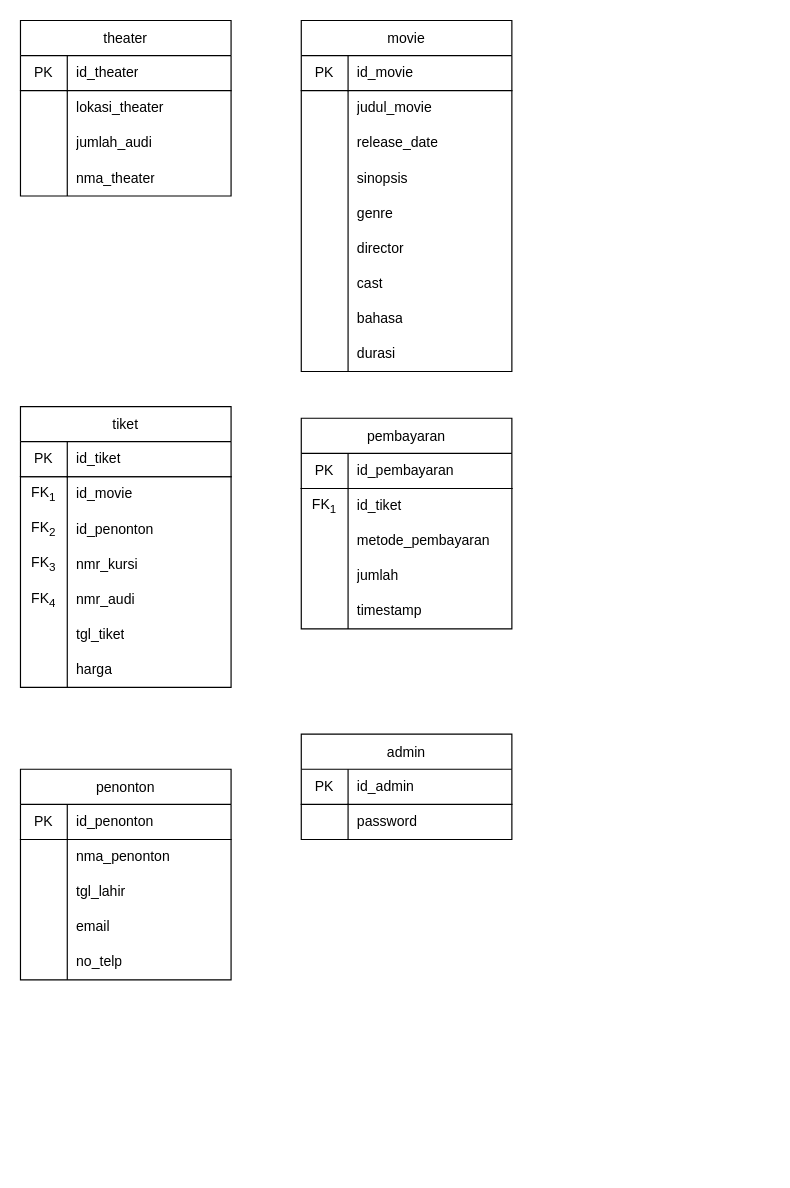
This is movie_cdm.drawio from vinnnna/sistem-basis-data, a draw.io file, before an edit. Source tidied: cells renumbered, new cells numbered last; positions are measured from the earlier drawing's top-left corner, leaving out a move shared by most shapes. Both pictures are drawn from the tidied source at 117%, with x=0, y=0 at pixel (20, 20).
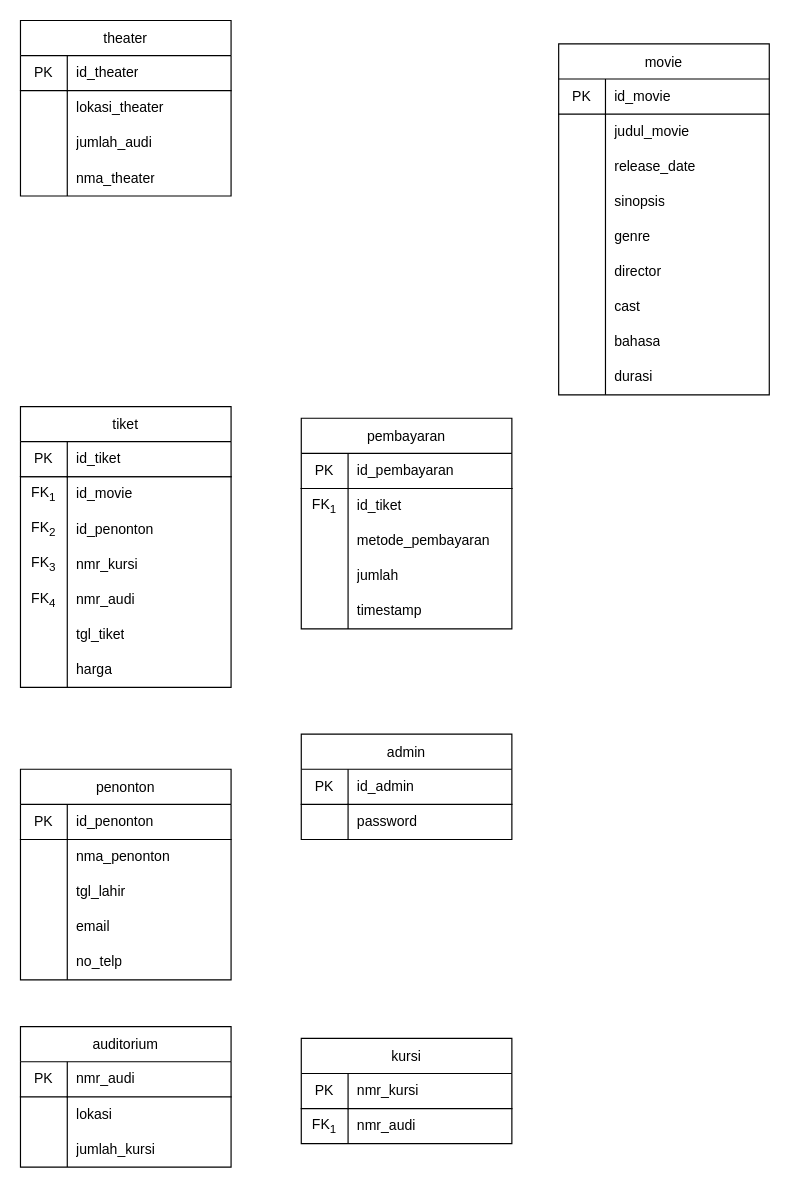
After the change.

The edit, as a diff of the source:
```diff
@@
     <mxCell id="15" value="movie" style="shape=table;startSize=30;childLayout=tableLayout;rowLines=0;fontStyle=0;strokeColor=default;fontSize=12;" parent="1" vertex="1">
-      <mxGeometry x="240" width="180" height="300" as="geometry" />
+      <mxGeometry x="460" y="20" width="180" height="300" as="geometry" />
     </mxCell>
@@
+    <mxCell id="104" value="auditorium" style="shape=table;startSize=30;childLayout=tableLayout;rowLines=0;fontStyle=0;strokeColor=default;fontSize=12;" parent="1" vertex="1">
+      <mxGeometry y="860" width="180" height="120" as="geometry" />
+    </mxCell>
+    <mxCell id="105" style="shape=tableRow;horizontal=0;startSize=0;swimlaneHead=0;swimlaneBody=0;top=0;left=0;bottom=0;right=0;fillColor=none;strokeColor=inherit;fontSize=12;" parent="104" vertex="1">
+      <mxGeometry y="30" width="180" height="30" as="geometry" />
+    </mxCell>
+    <mxCell id="106" value="PK" style="shape=partialRectangle;html=1;whiteSpace=wrap;fillColor=none;top=0;left=0;bottom=1;right=0;overflow=hidden;strokeColor=inherit;fontSize=12;" parent="105" vertex="1">
+      <mxGeometry width="40" height="30" as="geometry" />
+    </mxCell>
+    <mxCell id="107" value="nmr_audi" style="shape=partialRectangle;html=1;whiteSpace=wrap;fillColor=none;top=0;left=0;bottom=1;right=0;align=left;spacingLeft=6;overflow=hidden;strokeColor=inherit;fontSize=12;strokeWidth=1;" parent="105" vertex="1">
+      <mxGeometry x="40" width="140" height="30" as="geometry" />
+    </mxCell>
+    <mxCell id="108" style="shape=tableRow;horizontal=0;startSize=0;swimlaneHead=0;swimlaneBody=0;top=0;left=0;bottom=0;right=0;fillColor=none;strokeColor=inherit;fontSize=12;" parent="104" vertex="1">
+      <mxGeometry y="60" width="180" height="30" as="geometry" />
+    </mxCell>
+    <mxCell id="109" style="shape=partialRectangle;html=1;whiteSpace=wrap;fillColor=none;top=0;left=0;bottom=0;right=0;overflow=hidden;strokeColor=inherit;fontSize=12;" parent="108" vertex="1">
+      <mxGeometry width="40" height="30" as="geometry" />
+    </mxCell>
+    <mxCell id="110" value="lokasi" style="shape=partialRectangle;html=1;whiteSpace=wrap;fillColor=none;top=0;left=0;bottom=0;right=0;align=left;spacingLeft=6;overflow=hidden;strokeColor=inherit;fontSize=12;" parent="108" vertex="1">
+      <mxGeometry x="40" width="140" height="30" as="geometry" />
+    </mxCell>
+    <mxCell id="111" style="shape=tableRow;horizontal=0;startSize=0;swimlaneHead=0;swimlaneBody=0;top=0;left=0;bottom=0;right=0;fillColor=none;strokeColor=inherit;fontSize=12;" parent="104" vertex="1">
+      <mxGeometry y="90" width="180" height="30" as="geometry" />
+    </mxCell>
+    <mxCell id="112" style="shape=partialRectangle;html=1;whiteSpace=wrap;fillColor=none;top=0;left=0;bottom=0;right=0;overflow=hidden;strokeColor=inherit;fontSize=12;" parent="111" vertex="1">
+      <mxGeometry width="40" height="30" as="geometry" />
+    </mxCell>
+    <mxCell id="113" value="jumlah_kursi" style="shape=partialRectangle;html=1;whiteSpace=wrap;fillColor=none;top=0;left=0;bottom=0;right=0;align=left;spacingLeft=6;overflow=hidden;strokeColor=inherit;fontSize=12;" parent="111" vertex="1">
+      <mxGeometry x="40" width="140" height="30" as="geometry" />
+    </mxCell>
+    <mxCell id="114" value="kursi" style="shape=table;startSize=30;childLayout=tableLayout;rowLines=0;fontStyle=0;strokeColor=default;fontSize=12;" parent="1" vertex="1">
+      <mxGeometry x="240" y="870" width="180" height="90" as="geometry" />
+    </mxCell>
+    <mxCell id="115" style="shape=tableRow;horizontal=0;startSize=0;swimlaneHead=0;swimlaneBody=0;top=0;left=0;bottom=0;right=0;fillColor=none;strokeColor=inherit;fontSize=12;" parent="114" vertex="1">
+      <mxGeometry y="30" width="180" height="30" as="geometry" />
+    </mxCell>
+    <mxCell id="116" value="PK" style="shape=partialRectangle;html=1;whiteSpace=wrap;fillColor=none;top=0;left=0;bottom=1;right=0;overflow=hidden;strokeColor=inherit;fontSize=12;" parent="115" vertex="1">
+      <mxGeometry width="40" height="30" as="geometry" />
+    </mxCell>
+    <mxCell id="117" value="nmr_kursi" style="shape=partialRectangle;html=1;whiteSpace=wrap;fillColor=none;top=0;left=0;bottom=1;right=0;align=left;spacingLeft=6;overflow=hidden;strokeColor=inherit;fontSize=12;strokeWidth=1;" parent="115" vertex="1">
+      <mxGeometry x="40" width="140" height="30" as="geometry" />
+    </mxCell>
+    <mxCell id="118" style="shape=tableRow;horizontal=0;startSize=0;swimlaneHead=0;swimlaneBody=0;top=0;left=0;bottom=0;right=0;fillColor=none;strokeColor=inherit;fontSize=12;" parent="114" vertex="1">
+      <mxGeometry y="60" width="180" height="30" as="geometry" />
+    </mxCell>
+    <mxCell id="119" value="FK&lt;sub&gt;1&lt;/sub&gt;" style="shape=partialRectangle;html=1;whiteSpace=wrap;fillColor=none;top=0;left=0;bottom=0;right=0;overflow=hidden;strokeColor=inherit;fontSize=12;" parent="118" vertex="1">
+      <mxGeometry width="40" height="30" as="geometry" />
+    </mxCell>
+    <mxCell id="120" value="nmr_audi" style="shape=partialRectangle;html=1;whiteSpace=wrap;fillColor=none;top=0;left=0;bottom=0;right=0;align=left;spacingLeft=6;overflow=hidden;strokeColor=inherit;fontSize=12;" parent="118" vertex="1">
+      <mxGeometry x="40" width="140" height="30" as="geometry" />
+    </mxCell>
```
